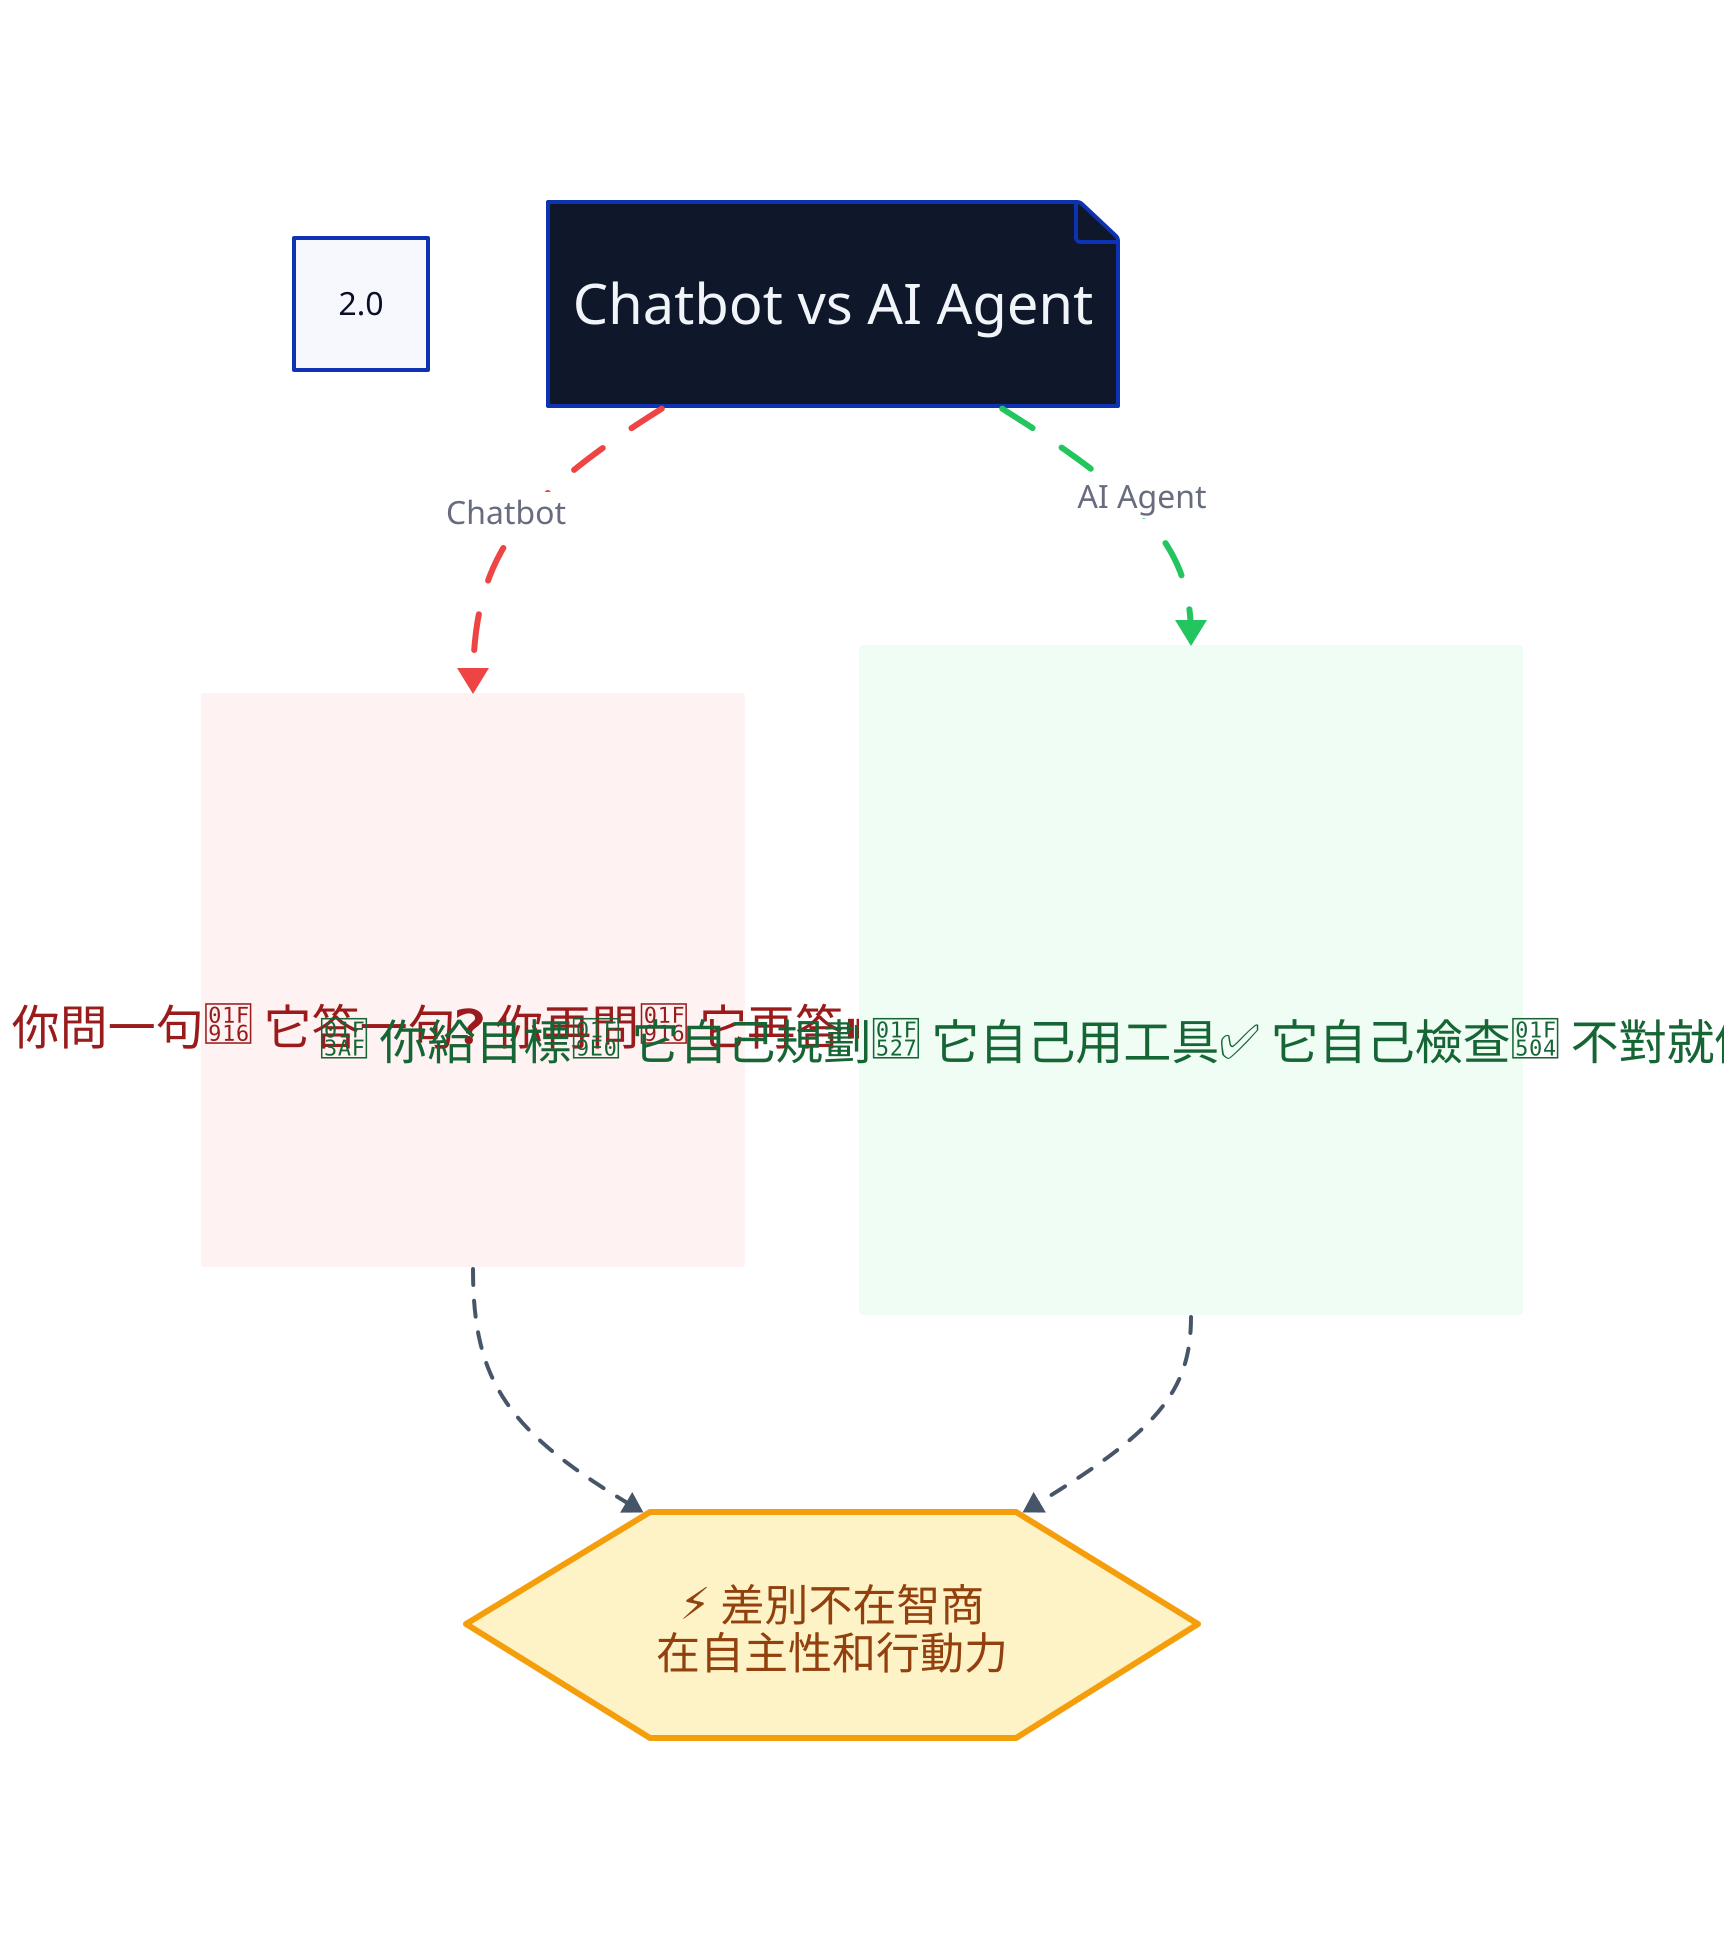
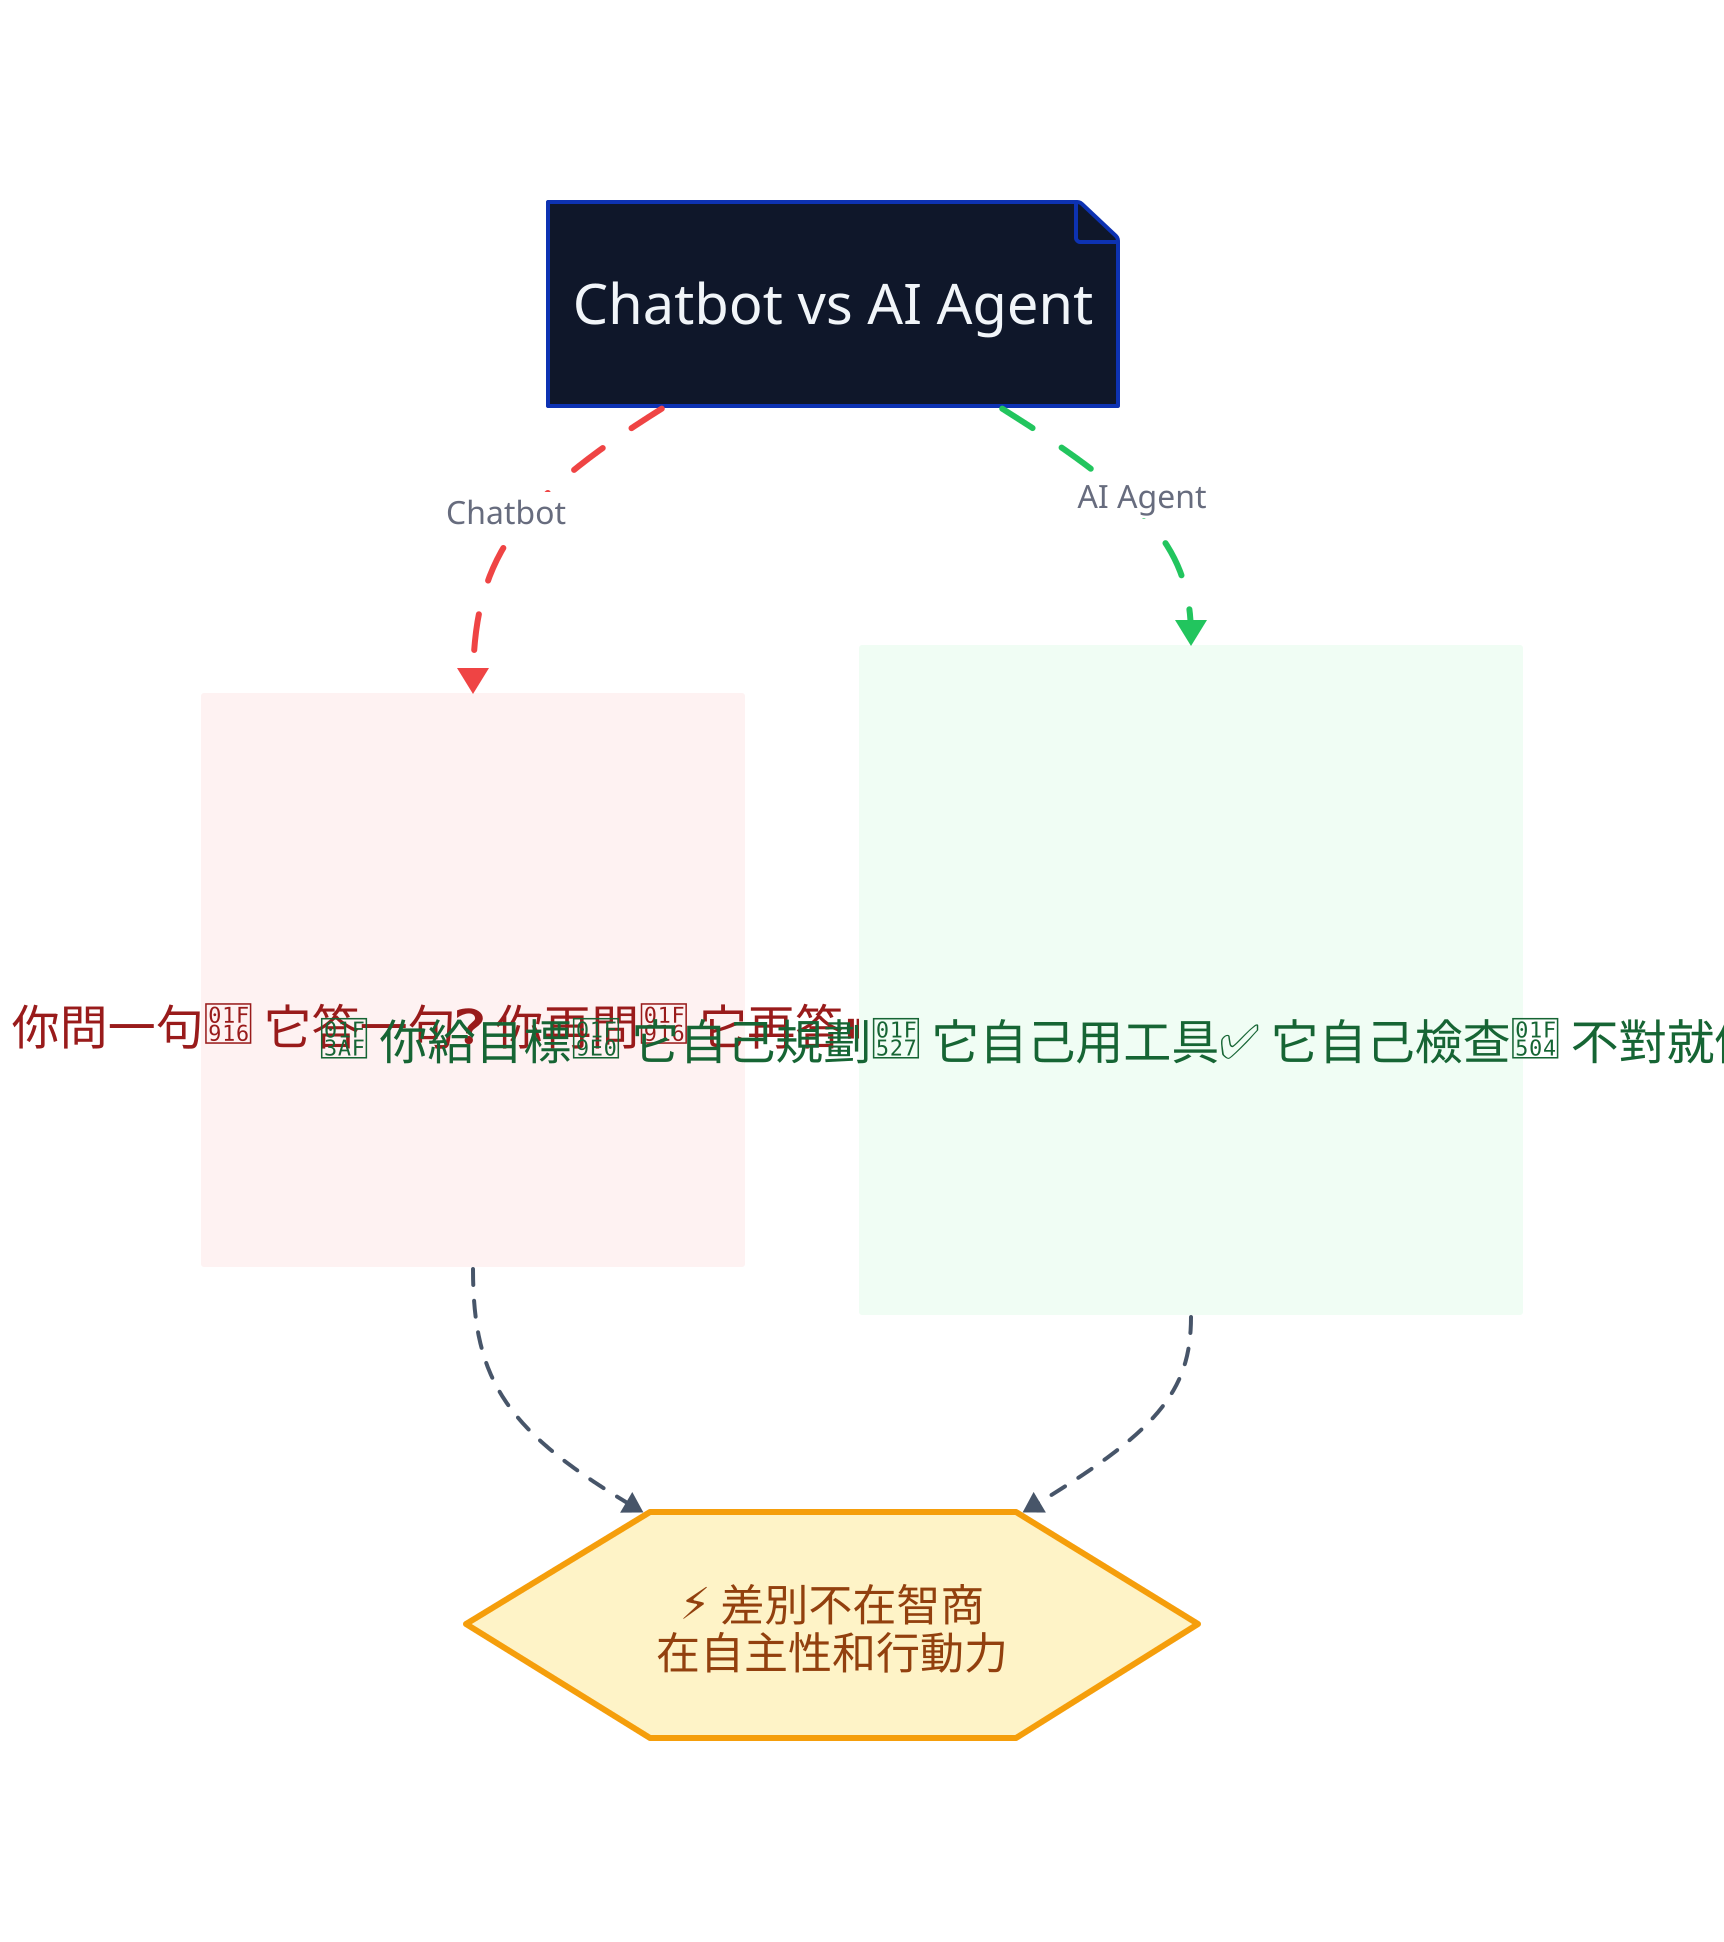
direction: down
- scale: 2.0
- 
title: {
  label: "Chatbot vs AI Agent"
  shape: page
  style.fill: "#0f172a"
  style.font-color: "#f1f5f9"
  style.font-size: 28
  style.bold: true
}

# ─── Chatbot side ───
title -> chatbot: "Chatbot" {
  style.stroke: "#ef4444"
  style.stroke-width: 3
  style.stroke-dash: 6
}

chatbot: {
  label: "❓ 你問一句\n🤖 它答一句\n❓ 你再問\n🤖 它再答\n⏸️ 結束"
  shape: class
  style.fill: "#fef2f2"
  style.stroke: "#ef4444"
  style.stroke-width: 3
  style.font-color: "#991b1b"
  style.font-size: 20
  style.bold: true
}

# ─── Agent side ───
title -> agent_label: "AI Agent" {
  style.stroke: "#22c55e"
  style.stroke-width: 3
  style.stroke-dash: 6
}

agent_label: {
  label: "🎯 你給目標\n🧠 它自己規劃\n🔧 它自己用工具\n✅ 它自己檢查\n🔄 不對就修正\n🏁 直到完成"
  shape: class
  style.fill: "#f0fdf4"
  style.stroke: "#22c55e"
  style.stroke-width: 3
  style.font-color: "#166534"
  style.font-size: 20
  style.bold: true
}

# ─── Key difference ───
chatbot -> diff: {
  style.stroke: "#475569"
  style.stroke-width: 2
  style.stroke-dash: 4
}
agent_label -> diff: {
  style.stroke: "#475569"
  style.stroke-width: 2
  style.stroke-dash: 4
}

diff: {
  label: "⚡ 差別不在智商\n在自主性和行動力"
  shape: hexagon
  style.fill: "#fef3c7"
  style.stroke: "#f59e0b"
  style.stroke-width: 3
  style.font-color: "#92400e"
  style.font-size: 22
  style.bold: true
}
